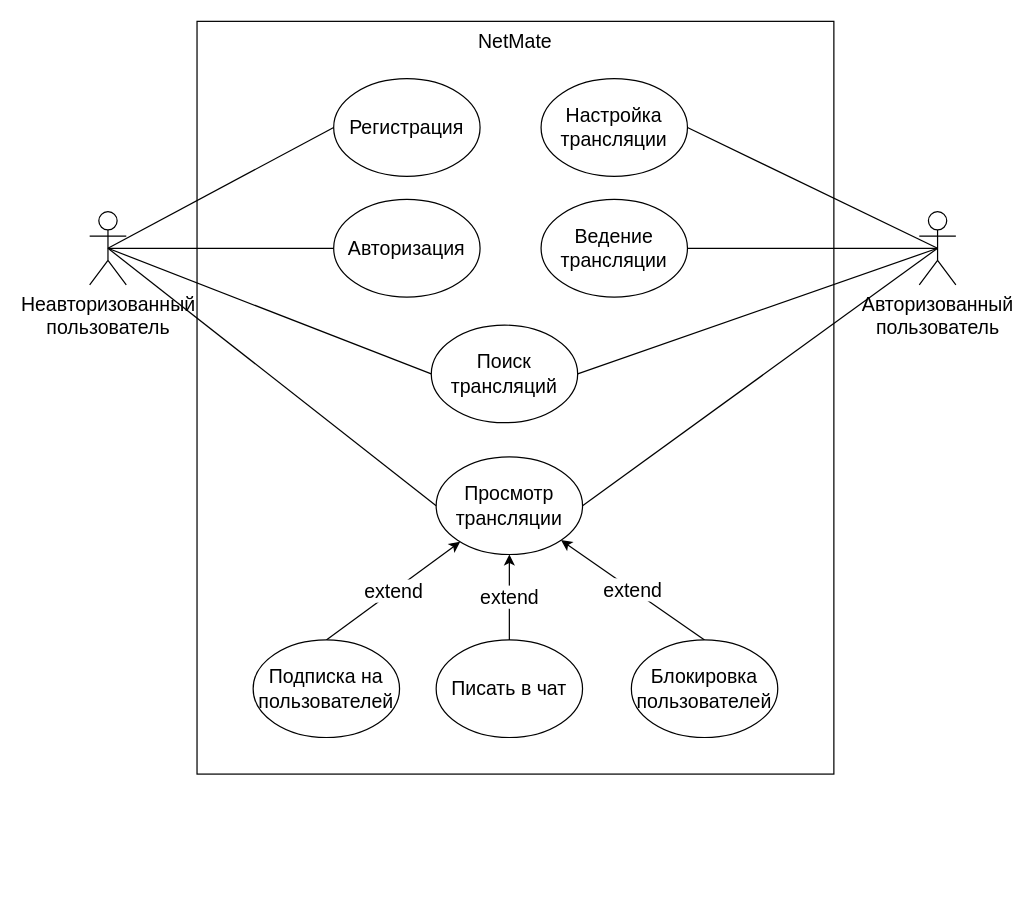
Above: page "Страница — 4" (4 of 4) of Курсовая Работа/Определение требований/Варианты использования.drawio in FaceMan01/Homework (draw.io), before the change. Source tidied: cells renumbered, new cells numbered last; positions are measured from the earlier drawing's top-left corner, leaving out a move shared by most shapes. Both pictures are drawn from the tidied source at 122%, with x=0, y=0 at pixel (89, 21).
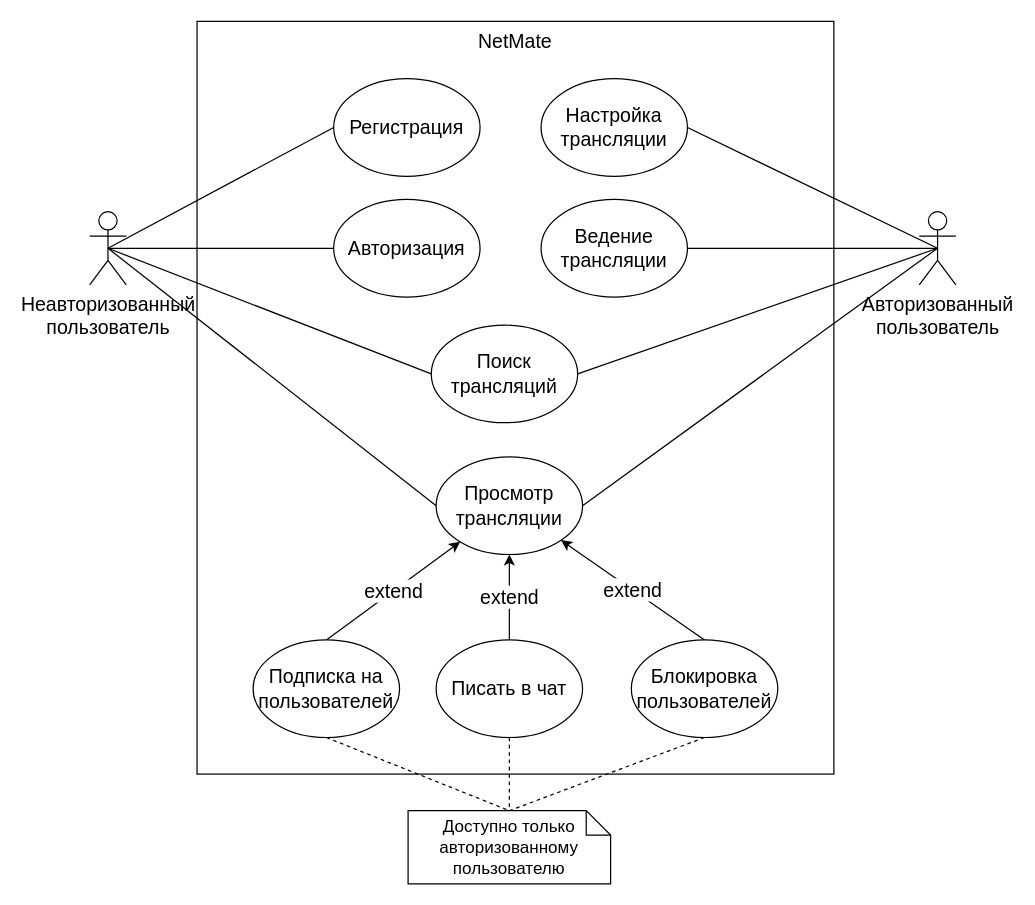
Above is the later version.

The change refers to these unchanged cells:
```xml
<mxCell id="12" value="&lt;font style=&quot;font-size: 16px;&quot;&gt;Писать в чат&lt;/font&gt;" style="ellipse;whiteSpace=wrap;html=1;fontSize=16;" parent="1" vertex="1">
  <mxGeometry x="284" y="507" width="120" height="80" as="geometry" />
</mxCell>
<mxCell id="22" value="&lt;span style=&quot;font-size: 16px;&quot;&gt;Блокировка пользователей&lt;/span&gt;" style="ellipse;whiteSpace=wrap;html=1;fontSize=16;" parent="1" vertex="1">
  <mxGeometry x="444" y="507" width="120" height="80" as="geometry" />
</mxCell>
<mxCell id="24" value="&lt;font style=&quot;font-size: 16px;&quot;&gt;Подписка на пользователей&lt;/font&gt;" style="ellipse;whiteSpace=wrap;html=1;fontSize=16;" parent="1" vertex="1">
  <mxGeometry x="134" y="507" width="120" height="80" as="geometry" />
</mxCell>
```

What changed in the source:
```diff
@@
+    <mxCell id="25" value="Доступно только авторизованному пользователю" style="shape=note;size=20;whiteSpace=wrap;html=1;fontSize=14;" parent="1" vertex="1">
+      <mxGeometry x="261" y="647" width="166" height="60" as="geometry" />
+    </mxCell>
+    <mxCell id="26" style="rounded=0;jettySize=auto;html=1;exitX=0.5;exitY=1;exitDx=0;exitDy=0;entryX=0.5;entryY=0;entryDx=0;entryDy=0;entryPerimeter=0;endArrow=none;endFill=0;dashed=1;fontSize=16;" parent="1" edge="1" source="12" target="25">
+      <mxGeometry relative="1" as="geometry" />
+    </mxCell>
+    <mxCell id="27" style="rounded=0;jettySize=auto;html=1;exitX=0.5;exitY=1;exitDx=0;exitDy=0;entryX=0.5;entryY=0;entryDx=0;entryDy=0;entryPerimeter=0;endArrow=none;endFill=0;dashed=1;fontSize=16;" parent="1" edge="1" source="24" target="25">
+      <mxGeometry relative="1" as="geometry" />
+    </mxCell>
+    <mxCell id="28" style="rounded=0;jettySize=auto;html=1;exitX=0.5;exitY=1;exitDx=0;exitDy=0;entryX=0.5;entryY=0;entryDx=0;entryDy=0;entryPerimeter=0;endArrow=none;endFill=0;dashed=1;fontSize=16;" parent="1" edge="1" source="22" target="25">
+      <mxGeometry relative="1" as="geometry" />
+    </mxCell>
```
